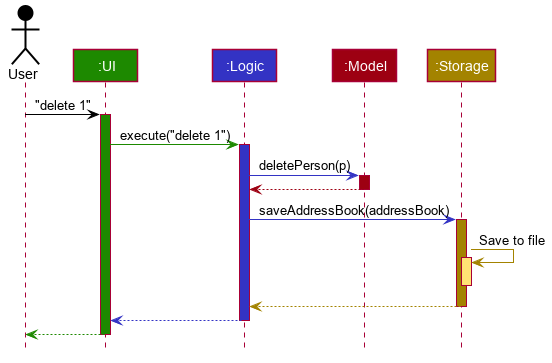
Above: docs/images/ArchitectureSequenceDiagram.png in nus-cs2103-AY1920S1/addressbook-level3 (PlantUML), before the change.
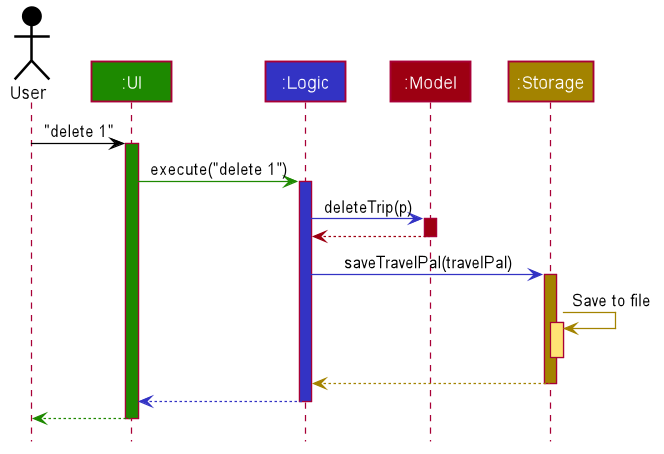
After the change.

Diff of the diagram source:
```diff
@@ -60,13 +60,13 @@
 ui -[#1D8900]> logic : execute("delete 1")
 activate logic #3333C4
 
-logic -[#3333C4]> model : deletePerson(p)
+logic -[#3333C4]> model : deleteTrip(p)
 activate model #9D0012
 
 model -[#9D0012]-> logic
 deactivate model
 
-logic -[#3333C4]> storage : saveAddressBook(addressBook)
+logic -[#3333C4]> storage : saveTravelPal(travelPal)
 activate storage #A38300
 
 storage -[#A38300]> storage : Save to file
```
